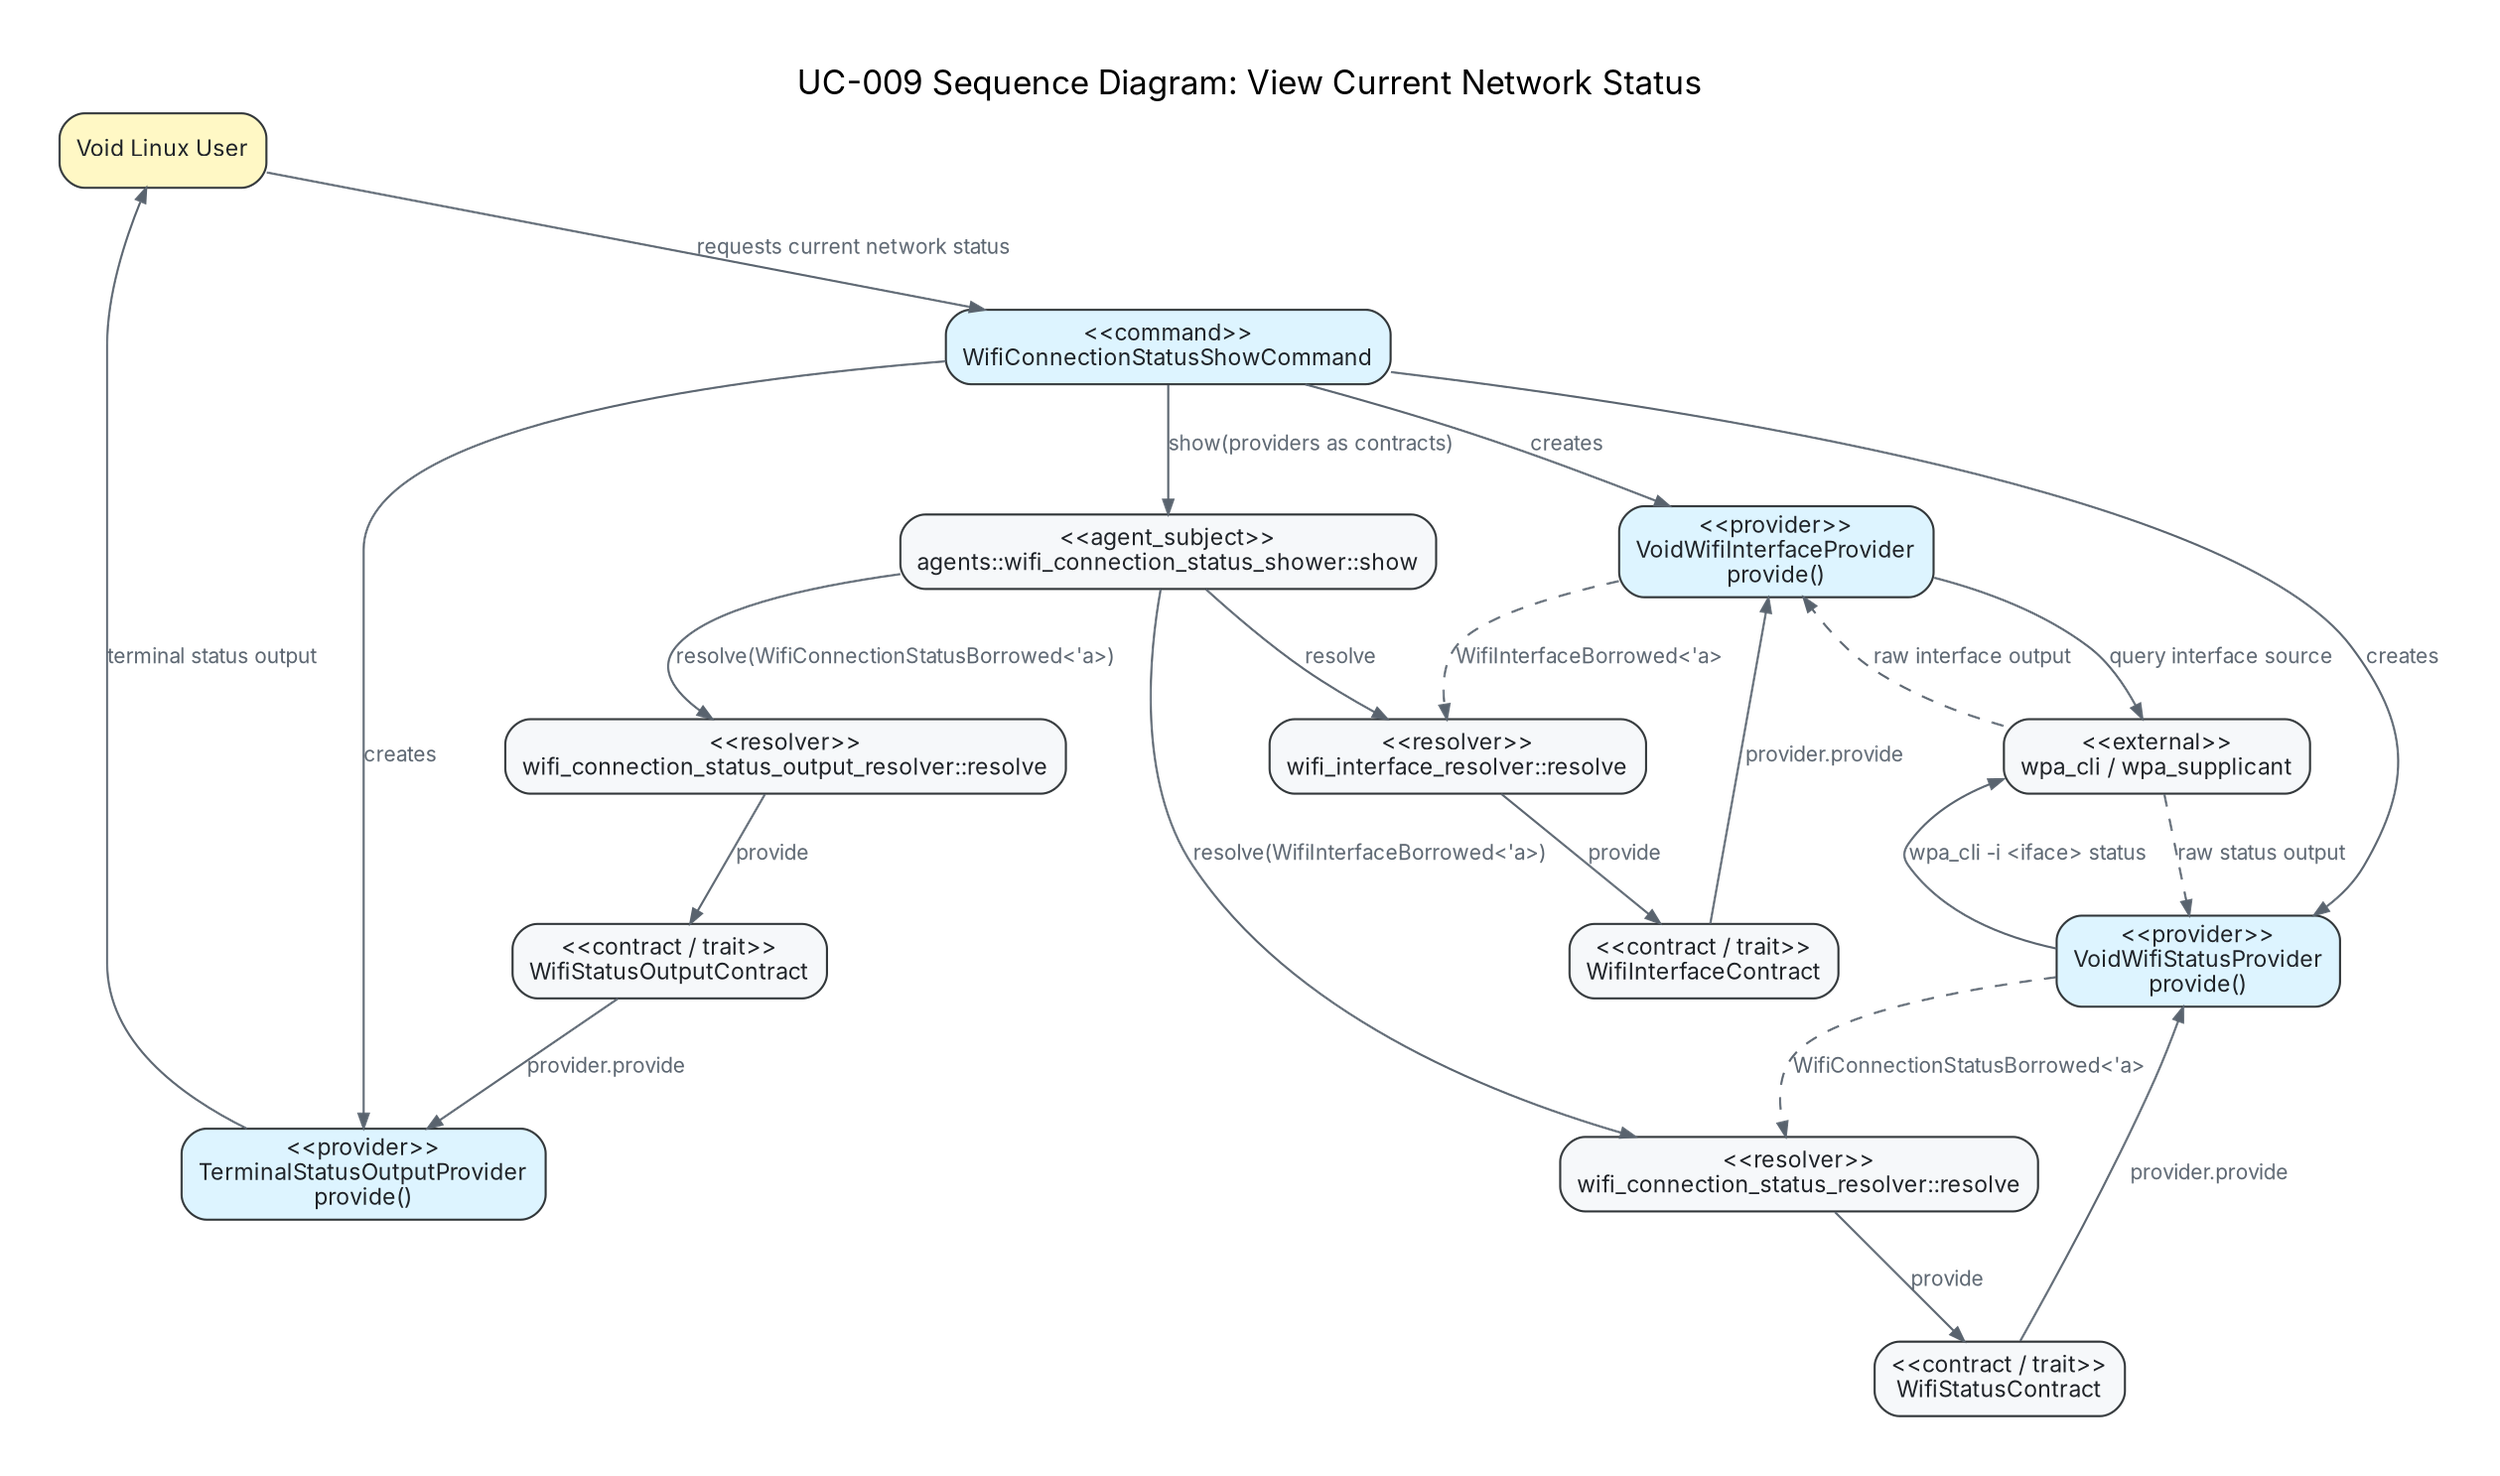
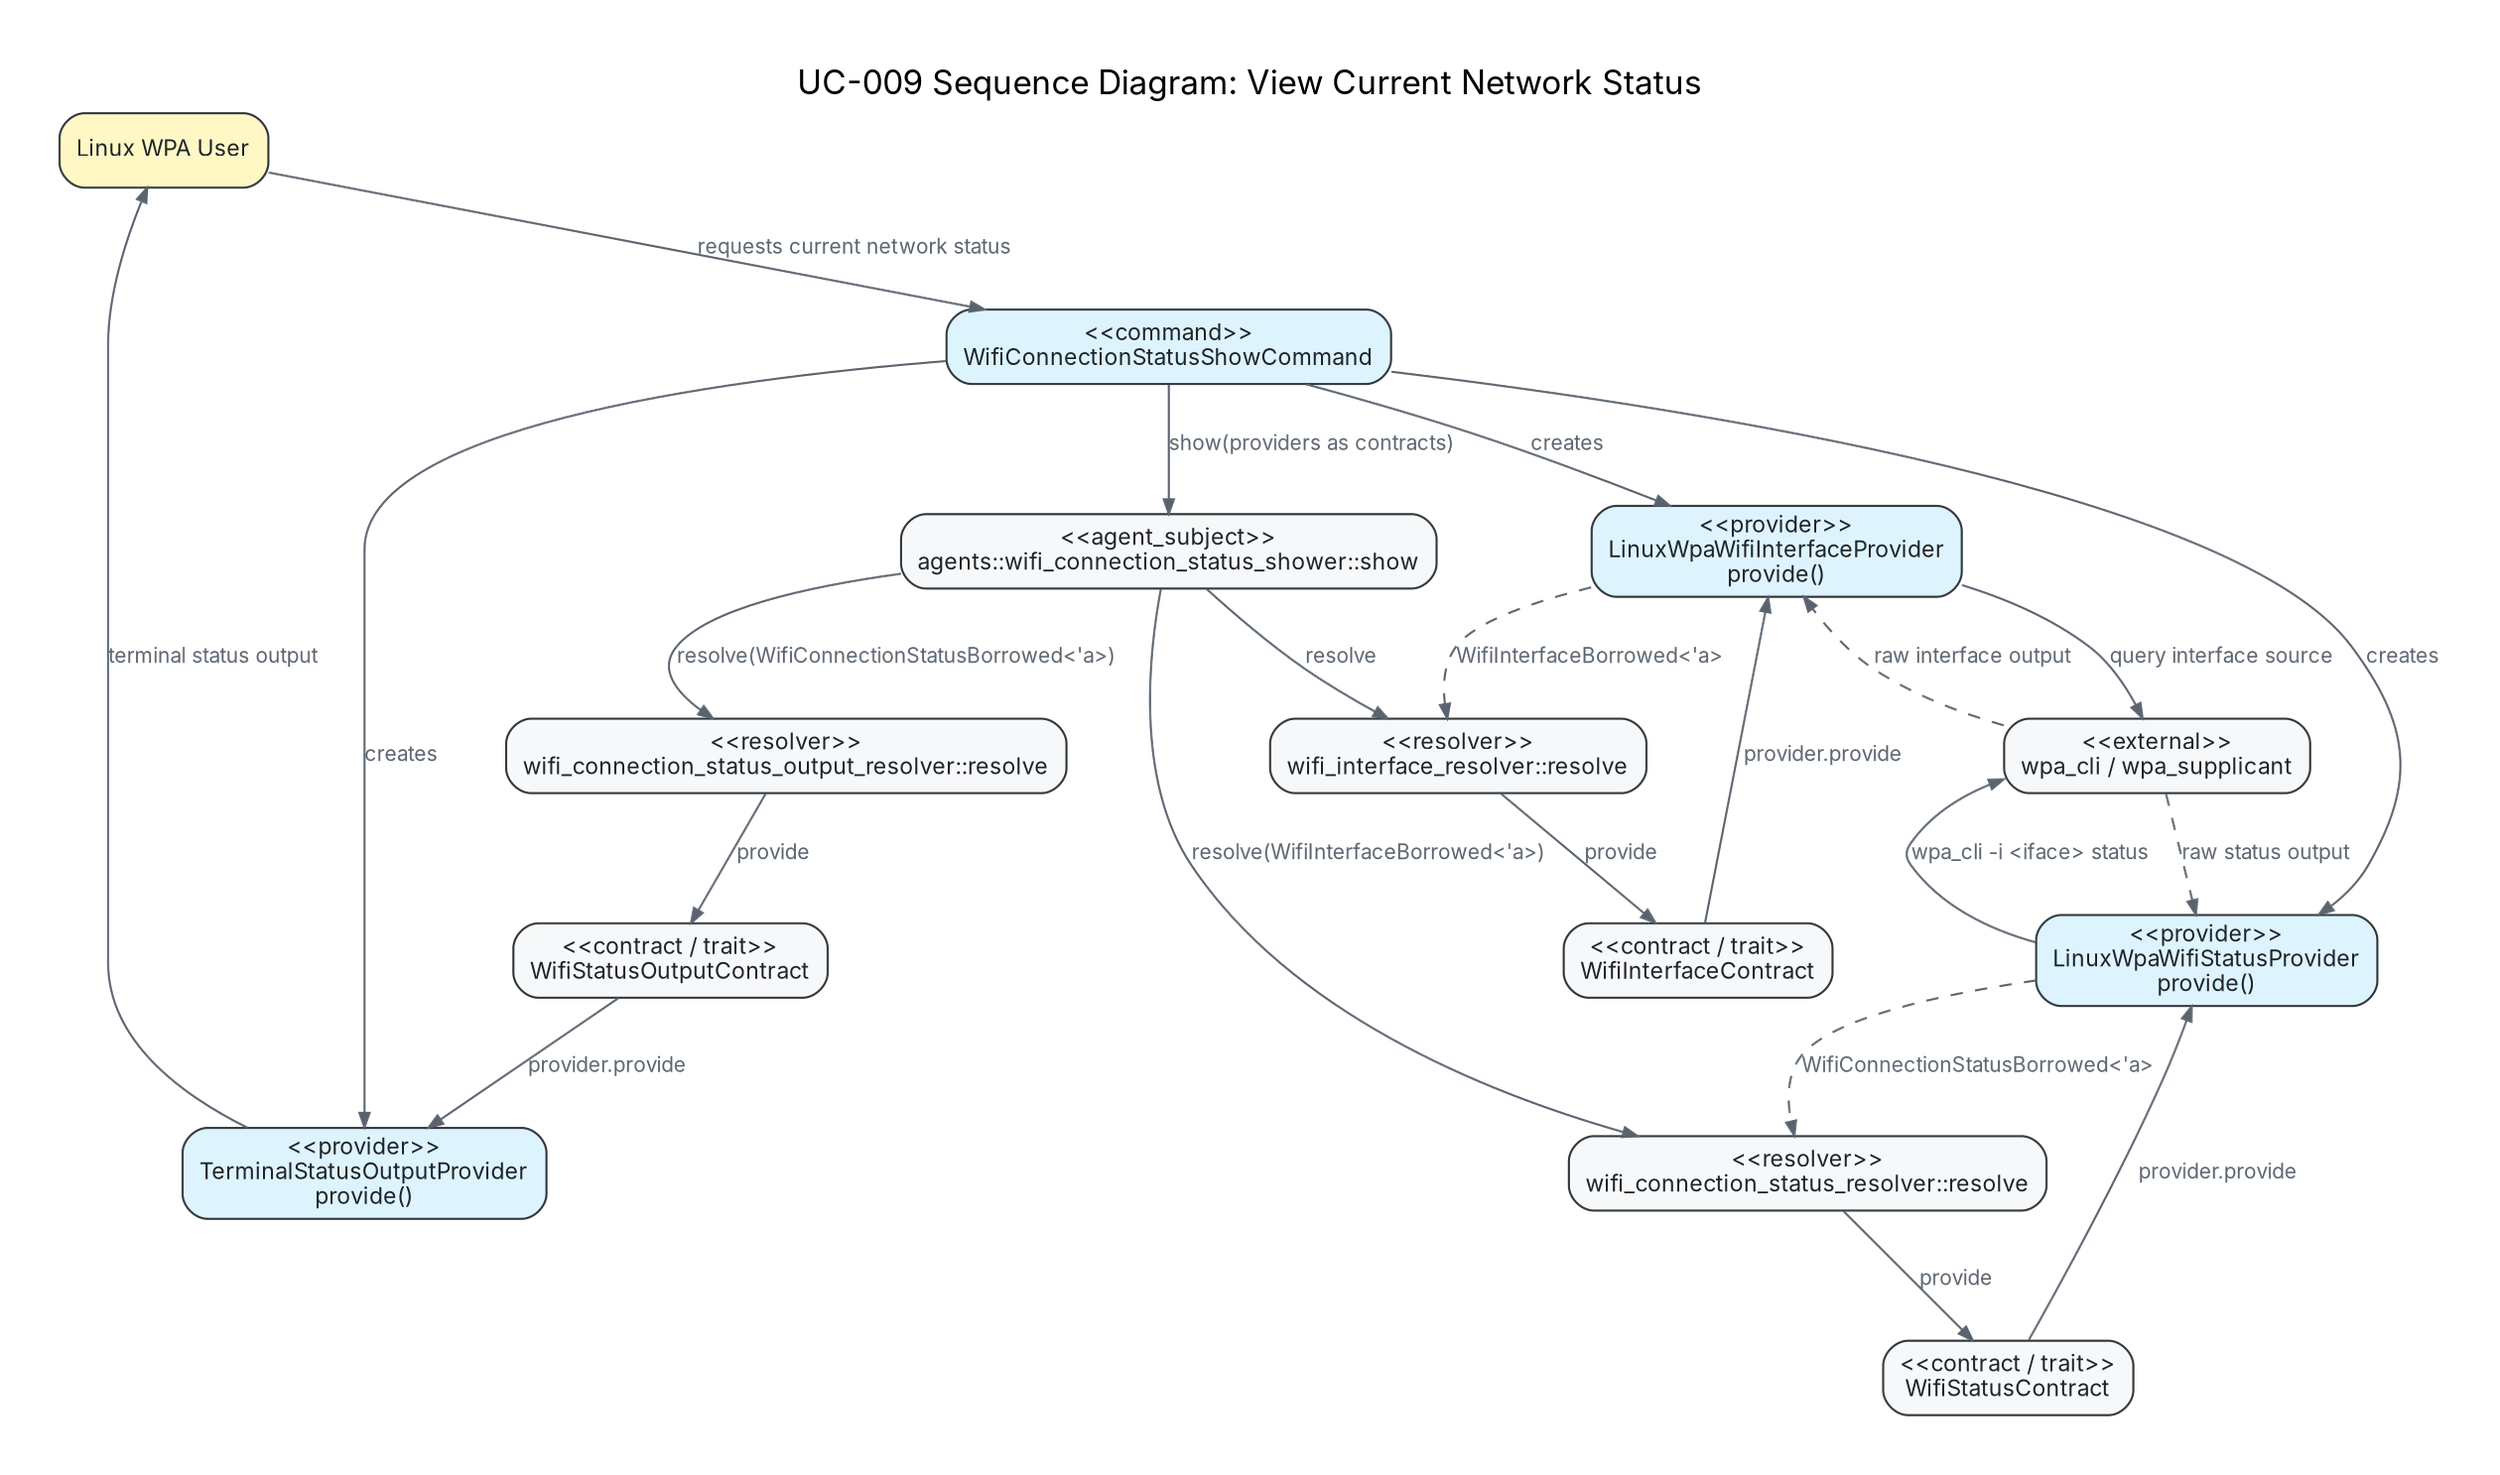
digraph UC009SequenceDiagram {
  graph [
    rankdir=TB,
    bgcolor="transparent",
    pad="0.4",
    nodesep="0.45",
    ranksep="0.65",
    fontname="Inter",
    label="UC-009 Sequence Diagram: View Current Network Status",
    labelloc="t",
    fontsize=16
  ];

  node [
    shape=box,
    fontname="Inter",
    fontsize=11,
    color="#2f3437",
    fontcolor="#1f2328",
    style="rounded,filled",
    fillcolor="#f6f8fa"
  ];

  edge [
    color="#59636e",
    arrowsize=0.7,
    fontname="Inter",
    fontsize=10,
    fontcolor="#59636e"
  ];

  user [
-     label="Void Linux User",
+     label="Linux WPA User",
    fillcolor="#fff8c5"
  ];

  command [
    label="<<command>>\nWifiConnectionStatusShowCommand",
    fillcolor="#ddf4ff"
  ];

  interface_provider [
-     label="<<provider>>\nVoidWifiInterfaceProvider\nprovide()",
+     label="<<provider>>\nLinuxWpaWifiInterfaceProvider\nprovide()",
    fillcolor="#ddf4ff"
  ];

  status_provider [
-     label="<<provider>>\nVoidWifiStatusProvider\nprovide()",
+     label="<<provider>>\nLinuxWpaWifiStatusProvider\nprovide()",
    fillcolor="#ddf4ff"
  ];

  output_provider [
    label="<<provider>>\nTerminalStatusOutputProvider\nprovide()",
    fillcolor="#ddf4ff"
  ];

  agent_subject [
    label="<<agent_subject>>\nagents::wifi_connection_status_shower::show"
  ];

  interface_resolver [
    label="<<resolver>>\nwifi_interface_resolver::resolve"
  ];

  status_resolver [
    label="<<resolver>>\nwifi_connection_status_resolver::resolve"
  ];

  output_resolver [
    label="<<resolver>>\nwifi_connection_status_output_resolver::resolve"
  ];

  interface_contract [
    label="<<contract / trait>>\nWifiInterfaceContract"
  ];

  status_contract [
    label="<<contract / trait>>\nWifiStatusContract"
  ];

  output_contract [
    label="<<contract / trait>>\nWifiStatusOutputContract"
  ];

  external_wifi [
    label="<<external>>\nwpa_cli / wpa_supplicant",
    fillcolor="#f6f8fa"
  ];

  user -> command [label="requests current network status"];
  command -> interface_provider [label="creates"];
  command -> status_provider [label="creates"];
  command -> output_provider [label="creates"];
  command -> agent_subject [label="show(providers as contracts)"];

  agent_subject -> interface_resolver [label="resolve"];
  interface_resolver -> interface_contract [label="provide"];
  interface_contract -> interface_provider [label="provider.provide"];
  interface_provider -> external_wifi [label="query interface source"];
  external_wifi -> interface_provider [label="raw interface output", style=dashed];
  interface_provider -> interface_resolver [label="WifiInterfaceBorrowed<'a>", style=dashed];

  agent_subject -> status_resolver [label="resolve(WifiInterfaceBorrowed<'a>)"];
  status_resolver -> status_contract [label="provide"];
  status_contract -> status_provider [label="provider.provide"];
  status_provider -> external_wifi [label="wpa_cli -i <iface> status"];
  external_wifi -> status_provider [label="raw status output", style=dashed];
  status_provider -> status_resolver [label="WifiConnectionStatusBorrowed<'a>", style=dashed];

  agent_subject -> output_resolver [label="resolve(WifiConnectionStatusBorrowed<'a>)"];
  output_resolver -> output_contract [label="provide"];
  output_contract -> output_provider [label="provider.provide"];
  output_provider -> user [label="terminal status output"];
}
